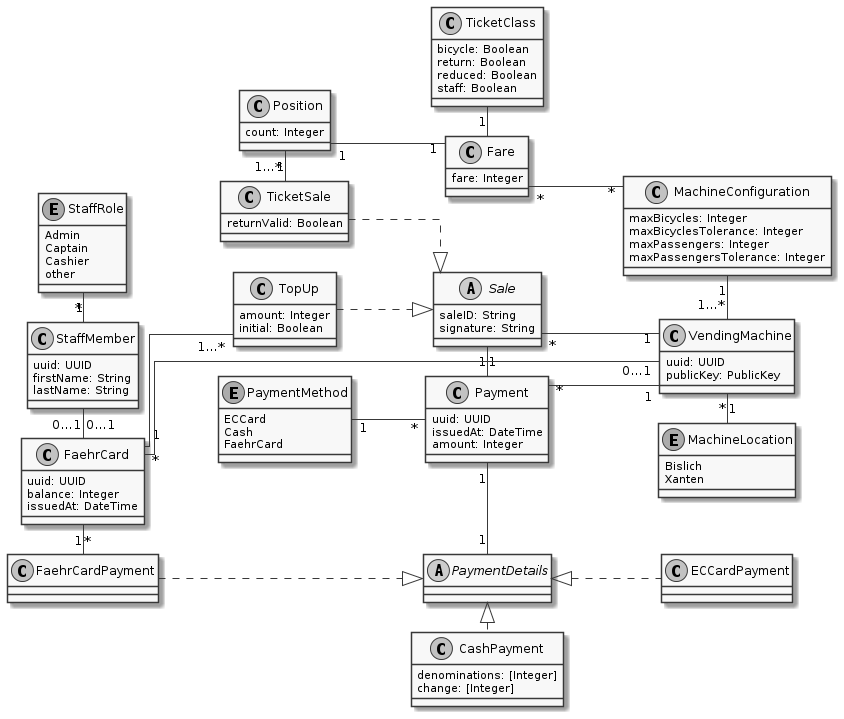
Above: img/class_diagram.png in FerryTix/diagrams (PlantUML), before the change.
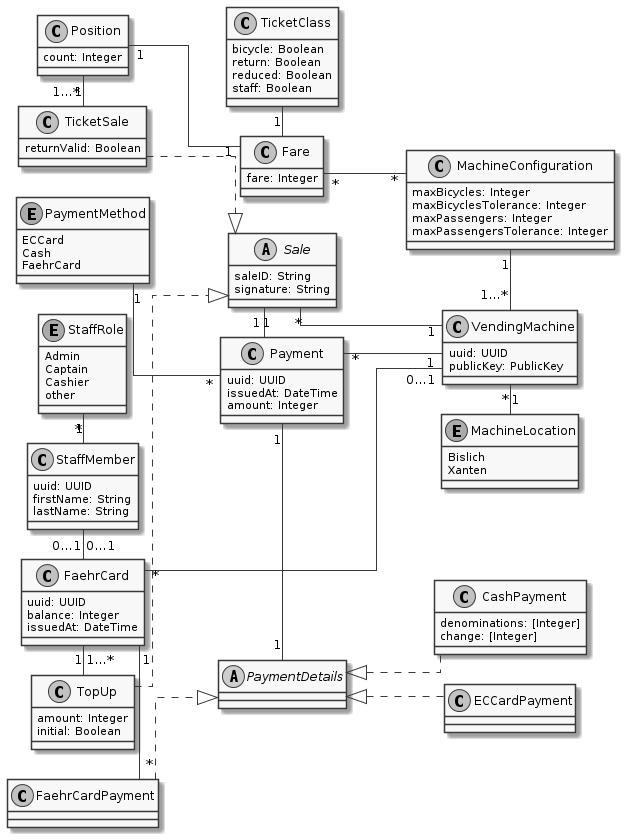
Later version of the same file.

The edit, as a diff of the source:
```diff
@@ -8,7 +8,7 @@
 
 class FaehrCardPayment {
 }
-FaehrCardPayment .|> PaymentDetails
+FaehrCardPayment ..|> PaymentDetails
 FaehrCardPayment "*" -up  "1" FaehrCard
 
 class CashPayment {
@@ -16,7 +16,7 @@
     change: [Integer]
 }
 
-CashPayment .up|> PaymentDetails
+PaymentDetails <|.. CashPayment
 
 class ECCardPayment {
 
@@ -74,7 +74,7 @@
     initial: Boolean
 }
 
-FaehrCard "1" -- "1…*" TopUp
+FaehrCard "1" - "1…*" TopUp
 
 class StaffMember {
     uuid: UUID
```
